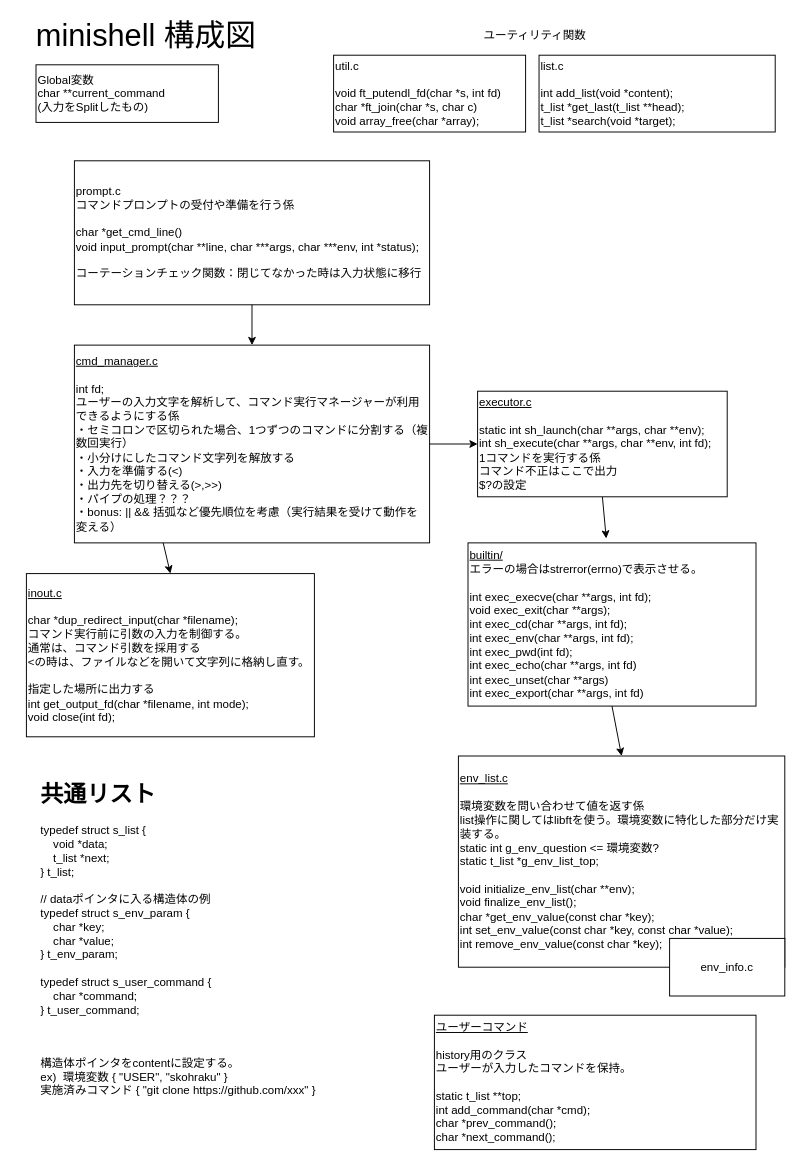
The draw.io diagram page "構成図" (1 of 3) of diagram.drawio in Toshiki-Nakamura/minishell, before the edit. Source tidied: cells renumbered, new cells numbered last; positions are measured from the earlier drawing's top-left corner, leaving out a move shared by most shapes. Both pictures are drawn from the tidied source at 96%, with x=0, y=0 at pixel (16, 16).
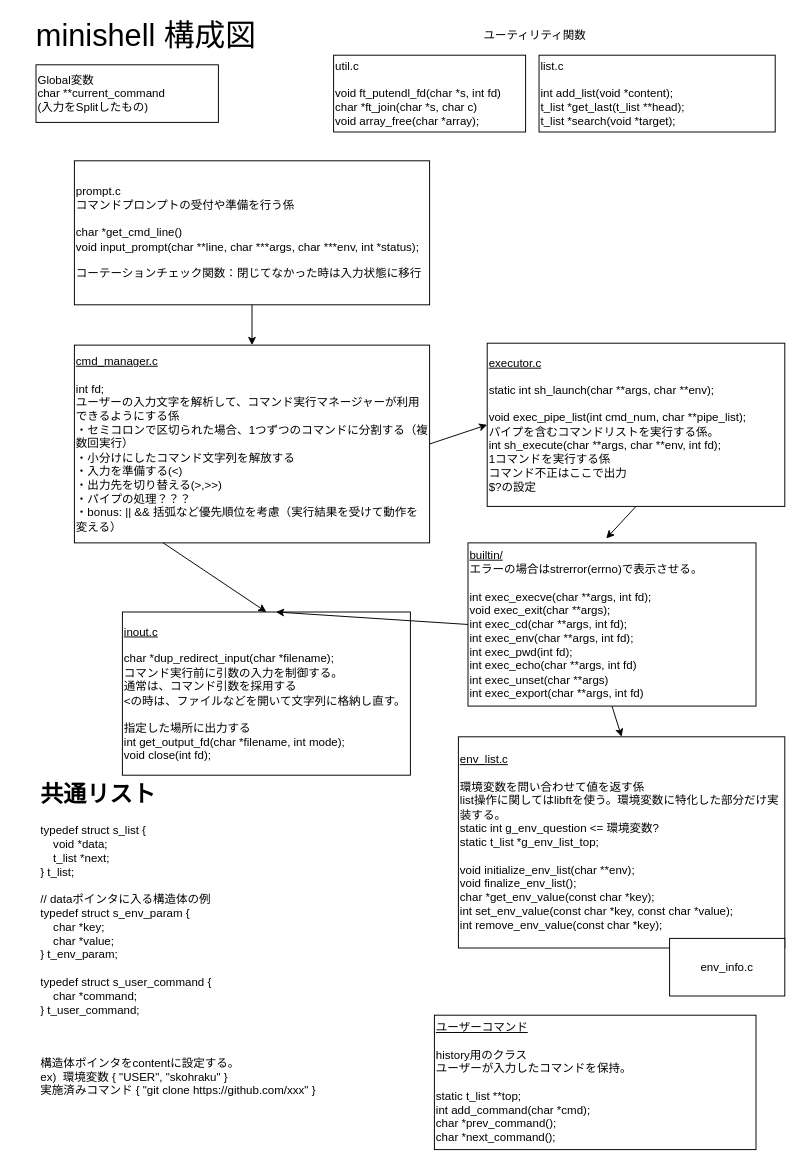
Above is the later version.

The change refers to these unchanged cells:
```xml
<mxCell id="5" value="&lt;u&gt;builtin/&lt;br&gt;&lt;/u&gt;エラーの場合はstrerror(errno)で表示させる。&lt;br&gt;&lt;br&gt;int exec_execve(char **args, int fd);&lt;br&gt;void exec_exit(char **args);&lt;br&gt;int exec_cd(char **args, int fd);&lt;br&gt;int exec_env(char **args, int fd);&lt;br&gt;int exec_pwd(int fd);&lt;br&gt;int exec_echo(char **args, int fd)&lt;br&gt;int exec_unset(char **args)&lt;br&gt;int exec_export(char **args, int fd)&amp;nbsp;" style="whiteSpace=wrap;html=1;align=left;" parent="1" vertex="1">
  <mxGeometry x="470" y="548" width="300" height="170" as="geometry" />
</mxCell>
```

What changed in the source:
```diff
@@
     <mxCell id="9" value="&lt;u&gt;env_list.c&lt;br&gt;&lt;/u&gt;&lt;br&gt;環境変数を問い合わせて値を返す係&lt;br&gt;list操作に関してはlibftを使う。環境変数に特化した部分だけ実装する。&lt;br&gt;static int g_env_question &amp;lt;= 環境変数?&lt;br&gt;static t_list *g_env_list_top;&lt;br&gt;&lt;br&gt;void initialize_env_list(char **env);&lt;br&gt;void finalize_env_list();&lt;br&gt;char *get_env_value(const char *key);&lt;br&gt;int set_env_value(const char *key, const char *value);&lt;br&gt;int remove_env_value(const char *key);" style="rounded=0;whiteSpace=wrap;html=1;align=left;" parent="1" vertex="1">
-      <mxGeometry x="460" y="770" width="340" height="220" as="geometry" />
+      <mxGeometry x="460" y="750" width="340" height="220" as="geometry" />
     </mxCell>
@@
     <mxCell id="13" value="&lt;u&gt;inout.c&lt;br&gt;&lt;/u&gt;&lt;br&gt;char *dup_redirect_input(char *filename);&lt;br&gt;コマンド実行前に引数の入力を制御する。&lt;br&gt;通常は、コマンド引数を採用する&lt;br&gt;&amp;lt;の時は、ファイルなどを開いて文字列に格納し直す。&lt;br&gt;&lt;br&gt;指定した場所に出力する&lt;br&gt;int get_output_fd(char *filename, int mode);&lt;br&gt;void close(int fd);" style="whiteSpace=wrap;html=1;align=left;" parent="1" vertex="1">
-      <mxGeometry x="10" y="580" width="300" height="170" as="geometry" />
+      <mxGeometry x="110" y="620" width="300" height="170" as="geometry" />
     </mxCell>
-    <mxCell id="14" value="&lt;u&gt;executor.c&lt;/u&gt;&lt;br&gt;&lt;br&gt;static int sh_launch(char **args, char **env);&lt;br&gt;int sh_execute(char **args, char **env, int fd);&lt;br&gt;1コマンドを実行する係&lt;br&gt;コマンド不正はここで出力&lt;br&gt;$?の設定" style="whiteSpace=wrap;html=1;align=left;" parent="1" vertex="1">
-      <mxGeometry x="480" y="390" width="260" height="110" as="geometry" />
+    <mxCell id="14" value="&lt;u&gt;executor.c&lt;/u&gt;&lt;br&gt;&lt;br&gt;static int sh_launch(char **args, char **env);&lt;br&gt;&lt;br&gt;void exec_pipe_list(int cmd_num, char **pipe_list);&lt;br&gt;パイプを含むコマンドリストを実行する係。&lt;br&gt;int sh_execute(char **args, char **env, int fd);&lt;br&gt;1コマンドを実行する係&lt;br&gt;コマンド不正はここで出力&lt;br&gt;$?の設定" style="whiteSpace=wrap;html=1;align=left;" parent="1" vertex="1">
+      <mxGeometry x="490" y="340" width="310" height="170" as="geometry" />
     </mxCell>
@@
+    <mxCell id="21" style="endArrow=classic;html=1;exitX=0;exitY=0.5;exitDx=0;exitDy=0;entryX=0.533;entryY=0;entryDx=0;entryDy=0;entryPerimeter=0;" parent="1" edge="1" source="5" target="13">
+      <mxGeometry relative="1" as="geometry" />
+    </mxCell>
```
